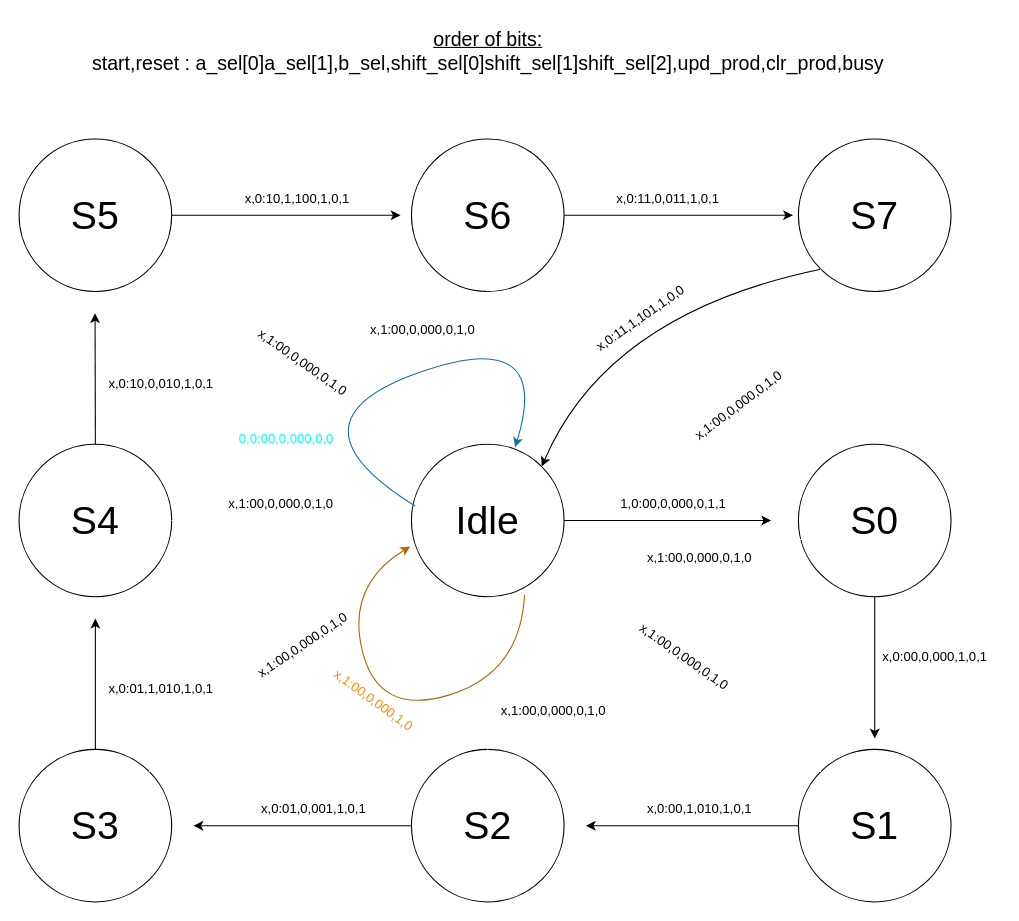
Earlier version of the draw.io diagram Ex2/Ex2_Diagram.drawio (monty6400/NumEx1). Source tidied: cells renumbered, new cells numbered last; positions are measured from the earlier drawing's top-left corner, leaving out a move shared by most shapes. Both pictures are drawn from the tidied source at 109%, with x=0, y=0 at pixel (19, 19).
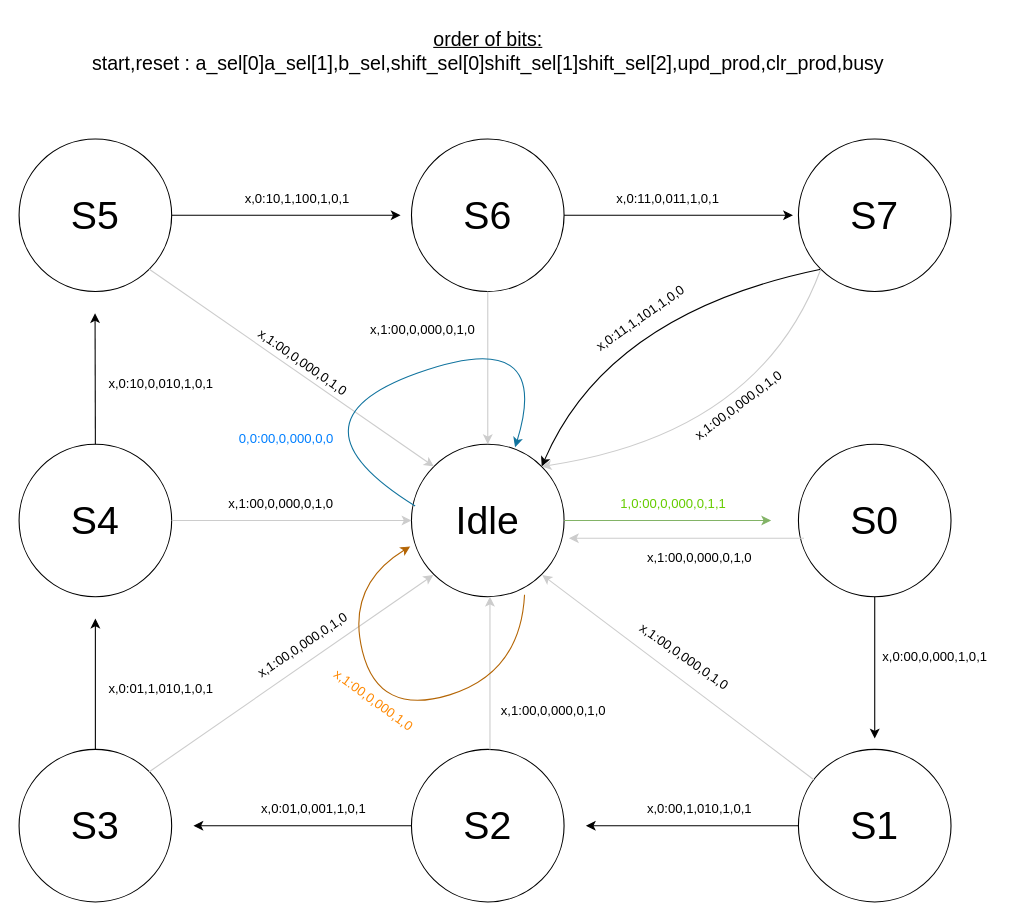
After the change.

Commit message:
small changes, need to ask Boaz for other fixes

Unchanged cells that the change refers to:
```xml
<mxCell id="2" value="&lt;font style=&quot;font-size: 36px;&quot;&gt;Idle&lt;/font&gt;" style="ellipse;whiteSpace=wrap;html=1;" parent="1" vertex="1">
  <mxGeometry x="360" y="390" width="140" height="140" as="geometry" />
</mxCell>
<mxCell id="4" value="&lt;font style=&quot;font-size: 36px;&quot;&gt;S0&lt;/font&gt;" style="ellipse;whiteSpace=wrap;html=1;" parent="1" vertex="1">
  <mxGeometry x="715" y="390" width="140" height="140" as="geometry" />
</mxCell>
<mxCell id="6" value="&lt;font style=&quot;font-size: 36px;&quot;&gt;S1&lt;/font&gt;" style="ellipse;whiteSpace=wrap;html=1;" parent="1" vertex="1">
  <mxGeometry x="715" y="670" width="140" height="140" as="geometry" />
</mxCell>
<mxCell id="9" value="&lt;font style=&quot;font-size: 36px;&quot;&gt;S2&lt;/font&gt;" style="ellipse;whiteSpace=wrap;html=1;" parent="1" vertex="1">
  <mxGeometry x="360" y="670" width="140" height="140" as="geometry" />
</mxCell>
<mxCell id="11" value="&lt;font style=&quot;font-size: 36px;&quot;&gt;S4&lt;/font&gt;" style="ellipse;whiteSpace=wrap;html=1;" parent="1" vertex="1">
  <mxGeometry y="390" width="140" height="140" as="geometry" />
</mxCell>
<mxCell id="12" value="&lt;font style=&quot;font-size: 36px;&quot;&gt;S3&lt;/font&gt;" style="ellipse;whiteSpace=wrap;html=1;" parent="1" vertex="1">
  <mxGeometry y="670" width="140" height="140" as="geometry" />
</mxCell>
<mxCell id="15" value="&lt;font style=&quot;font-size: 36px;&quot;&gt;S6&lt;/font&gt;" style="ellipse;whiteSpace=wrap;html=1;" parent="1" vertex="1">
  <mxGeometry x="360" y="110" width="140" height="140" as="geometry" />
</mxCell>
<mxCell id="16" value="&lt;font style=&quot;font-size: 36px;&quot;&gt;S7&lt;/font&gt;" style="ellipse;whiteSpace=wrap;html=1;" parent="1" vertex="1">
  <mxGeometry x="715" y="110" width="140" height="140" as="geometry" />
</mxCell>
<mxCell id="17" value="&lt;font style=&quot;font-size: 36px;&quot;&gt;S5&lt;/font&gt;" style="ellipse;whiteSpace=wrap;html=1;" parent="1" vertex="1">
  <mxGeometry y="110" width="140" height="140" as="geometry" />
</mxCell>
```

The edit, as a diff of the source:
```diff
@@
-    <mxCell id="3" style="endArrow=classic;html=1;rounded=0;exitX=1;exitY=0.5;exitDx=0;exitDy=0;" parent="1" edge="1" source="2">
+    <mxCell id="3" style="endArrow=classic;html=1;rounded=0;exitX=1;exitY=0.5;exitDx=0;exitDy=0;fillColor=#d5e8d4;strokeColor=#82b366;" parent="1" edge="1" source="2">
       <mxGeometry relative="1" as="geometry">
         <mxPoint x="690" y="460" as="targetPoint" />
       </mxGeometry>
     </mxCell>
@@
-    <mxCell id="5" value="1,0:00,0,000,0,1,1" style="text;html=1;align=center;verticalAlign=middle;strokeColor=none;fillColor=none;" parent="1" vertex="1">
+    <mxCell id="5" value="&lt;font color=&quot;#66cc00&quot;&gt;1,0:00,0,000,0,1,1&lt;/font&gt;" style="text;html=1;align=center;verticalAlign=middle;strokeColor=none;fillColor=none;" parent="1" vertex="1">
       <mxGeometry x="540" y="430" width="120" height="30" as="geometry" />
     </mxCell>
@@
-    <mxCell id="29" style="edgeStyle=none;jettySize=auto;html=1;entryX=0;entryY=1;entryDx=0;entryDy=0;exitX=1;exitY=0;exitDx=0;exitDy=0;curved=1;startArrow=classic;startFill=1;endArrow=none;endFill=0;" parent="1" edge="1" source="2" target="16">
+    <mxCell id="29" style="edgeStyle=none;jettySize=auto;html=1;entryX=0;entryY=1;entryDx=0;entryDy=0;exitX=1;exitY=0;exitDx=0;exitDy=0;curved=1;startArrow=classic;startFill=1;endArrow=none;endFill=0;strokeColor=#000000;" parent="1" edge="1" source="2" target="16">
       <mxGeometry relative="1" as="geometry">
         <Array as="points">
           <mxPoint x="540" y="270" />
         </Array>
       </mxGeometry>
     </mxCell>
-    <mxCell id="30" style="edgeStyle=none;jettySize=auto;html=1;entryX=0;entryY=1;entryDx=0;entryDy=0;exitX=1;exitY=0;exitDx=0;exitDy=0;curved=1;startArrow=classic;startFill=1;endArrow=none;endFill=0;fillColor=#a20025;strokeColor=#ffffff;" parent="1" edge="1" source="2" target="16">
+    <mxCell id="30" style="edgeStyle=none;jettySize=auto;html=1;entryX=0;entryY=1;entryDx=0;entryDy=0;exitX=1;exitY=0;exitDx=0;exitDy=0;curved=1;startArrow=classic;startFill=1;endArrow=none;endFill=0;fillColor=#a20025;strokeColor=#CCCCCC;" parent="1" edge="1" source="2" target="16">
       <mxGeometry relative="1" as="geometry">
         <Array as="points">
           <mxPoint x="680" y="380" />
         </Array>
       </mxGeometry>
     </mxCell>
@@
-    <mxCell id="32" style="edgeStyle=none;jettySize=auto;html=1;rounded=0;exitX=0.5;exitY=1;exitDx=0;exitDy=0;entryX=0.5;entryY=0;entryDx=0;entryDy=0;strokeColor=#FFFFFF;" parent="1" edge="1" source="15" target="2">
+    <mxCell id="32" style="edgeStyle=none;jettySize=auto;html=1;rounded=0;exitX=0.5;exitY=1;exitDx=0;exitDy=0;entryX=0.5;entryY=0;entryDx=0;entryDy=0;strokeColor=#CCCCCC;" parent="1" edge="1" source="15" target="2">
       <mxGeometry relative="1" as="geometry" />
     </mxCell>
@@
-    <mxCell id="34" style="edgeStyle=none;jettySize=auto;html=1;rounded=0;exitX=1;exitY=1;exitDx=0;exitDy=0;entryX=0;entryY=0;entryDx=0;entryDy=0;strokeColor=#FFFFFF;" parent="1" edge="1" source="17" target="2">
+    <mxCell id="34" style="edgeStyle=none;jettySize=auto;html=1;rounded=0;exitX=1;exitY=1;exitDx=0;exitDy=0;entryX=0;entryY=0;entryDx=0;entryDy=0;strokeColor=#CCCCCC;fillColor=#f5f5f5;" parent="1" edge="1" source="17" target="2">
       <mxGeometry relative="1" as="geometry" />
     </mxCell>
-    <mxCell id="35" style="edgeStyle=none;jettySize=auto;html=1;rounded=0;exitX=1;exitY=0.5;exitDx=0;exitDy=0;entryX=0;entryY=0.5;entryDx=0;entryDy=0;strokeColor=#FFFFFF;" parent="1" edge="1" source="11" target="2">
+    <mxCell id="35" style="edgeStyle=none;jettySize=auto;html=1;rounded=1;exitX=0;exitY=0.5;exitDx=0;exitDy=0;strokeColor=#CCCCCC;endArrow=none;startArrow=classic;startFill=1;endFill=0;entryX=1;entryY=0.5;entryDx=0;entryDy=0;" parent="1" edge="1" source="2" target="11">
       <mxGeometry relative="1" as="geometry" />
     </mxCell>
-    <mxCell id="36" style="edgeStyle=none;jettySize=auto;html=1;rounded=0;exitX=1;exitY=0;exitDx=0;exitDy=0;entryX=0;entryY=1;entryDx=0;entryDy=0;strokeColor=#FFFFFF;" parent="1" edge="1" source="12" target="2">
-      <mxGeometry relative="1" as="geometry" />
+    <mxCell id="36" style="edgeStyle=none;jettySize=auto;html=1;rounded=1;entryX=1;entryY=0;entryDx=0;entryDy=0;strokeColor=#CCCCCC;endArrow=none;startArrow=classic;startFill=1;endFill=0;" parent="1" edge="1" target="12">
+      <mxGeometry relative="1" as="geometry">
+        <mxPoint x="380" y="510" as="sourcePoint" />
+      </mxGeometry>
     </mxCell>
-    <mxCell id="37" style="edgeStyle=none;jettySize=auto;html=1;rounded=0;exitX=0.5;exitY=0;exitDx=0;exitDy=0;entryX=0.5;entryY=1;entryDx=0;entryDy=0;strokeColor=#FFFFFF;" parent="1" edge="1" source="9" target="2">
-      <mxGeometry relative="1" as="geometry" />
+    <mxCell id="37" style="edgeStyle=none;orthogonalLoop=1;jettySize=auto;html=1;rounded=1;entryX=0.5;entryY=0;entryDx=0;entryDy=0;strokeColor=#CCCCCC;endArrow=none;startArrow=classic;startFill=1;endFill=0;exitX=0.5;exitY=1;exitDx=0;exitDy=0;" parent="1" edge="1">
+      <mxGeometry relative="1" as="geometry">
+        <mxPoint x="432" y="530" as="sourcePoint" />
+        <mxPoint x="432" y="670" as="targetPoint" />
+      </mxGeometry>
     </mxCell>
-    <mxCell id="38" style="edgeStyle=none;jettySize=auto;html=1;rounded=0;exitX=0;exitY=0;exitDx=0;exitDy=0;entryX=1;entryY=1;entryDx=0;entryDy=0;strokeColor=#FFFFFF;" parent="1" edge="1" source="6" target="2">
-      <mxGeometry relative="1" as="geometry" />
+    <mxCell id="38" style="edgeStyle=none;jettySize=auto;html=1;rounded=1;strokeColor=#CCCCCC;endArrow=none;startArrow=classic;startFill=1;endFill=0;" parent="1" edge="1" target="6">
+      <mxGeometry relative="1" as="geometry">
+        <mxPoint x="480" y="510" as="sourcePoint" />
+      </mxGeometry>
     </mxCell>
@@
-    <mxCell id="44" style="edgeStyle=none;jettySize=auto;html=1;rounded=0;exitX=0.021;exitY=0.625;exitDx=0;exitDy=0;strokeColor=#FFFFFF;exitPerimeter=0;" parent="1" edge="1" source="4">
-      <mxGeometry relative="1" as="geometry">
-        <mxPoint x="530" y="478" as="targetPoint" />
-      </mxGeometry>
+    <mxCell id="44" style="edgeStyle=none;jettySize=auto;html=1;rounded=1;exitX=1.032;exitY=0.616;exitDx=0;exitDy=0;strokeColor=#CCCCCC;exitPerimeter=0;endArrow=none;startArrow=classic;startFill=1;endFill=0;entryX=0.036;entryY=0.616;entryDx=0;entryDy=0;entryPerimeter=0;" parent="1" edge="1" source="2" target="4">
+      <mxGeometry relative="1" as="geometry" />
     </mxCell>
@@
-    <mxCell id="49" value="0,0:00,0,000,0,0" style="text;html=1;align=center;verticalAlign=middle;fillColor=none;rotation=0;fontColor=#00FFFF;" parent="1" vertex="1">
+    <mxCell id="49" value="&lt;font color=&quot;#007fff&quot;&gt;0,0:00,0,000,0,0&lt;/font&gt;" style="text;html=1;align=center;verticalAlign=middle;fillColor=none;rotation=0;fontColor=#00FFFF;" parent="1" vertex="1">
       <mxGeometry x="190" y="370" width="110" height="30" as="geometry" />
     </mxCell>
```
